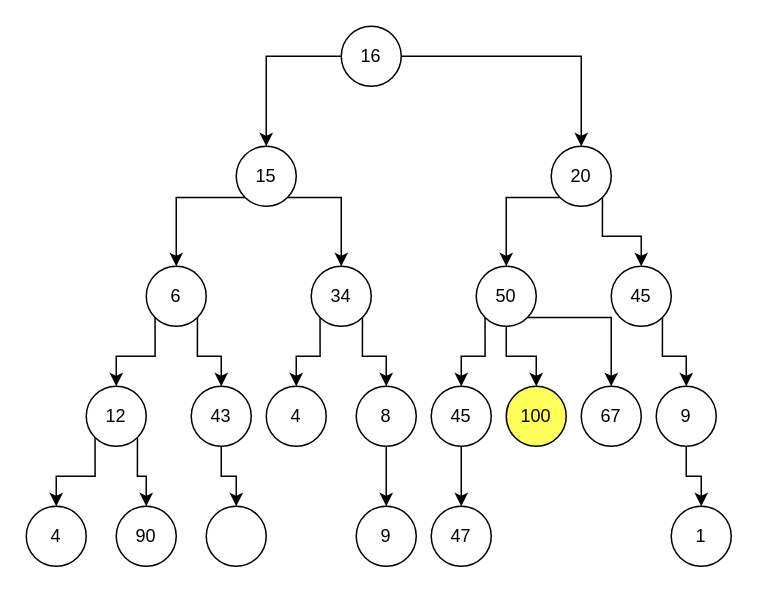
Earlier version of the draw.io diagram Test.drawio (Luchit0-afk/Diagramas). Source tidied: cells renumbered, new cells numbered last; positions are measured from the earlier drawing's top-left corner, leaving out a move shared by most shapes. Both pictures are drawn from the tidied source at 150%, with x=0, y=0 at pixel (26, 26).
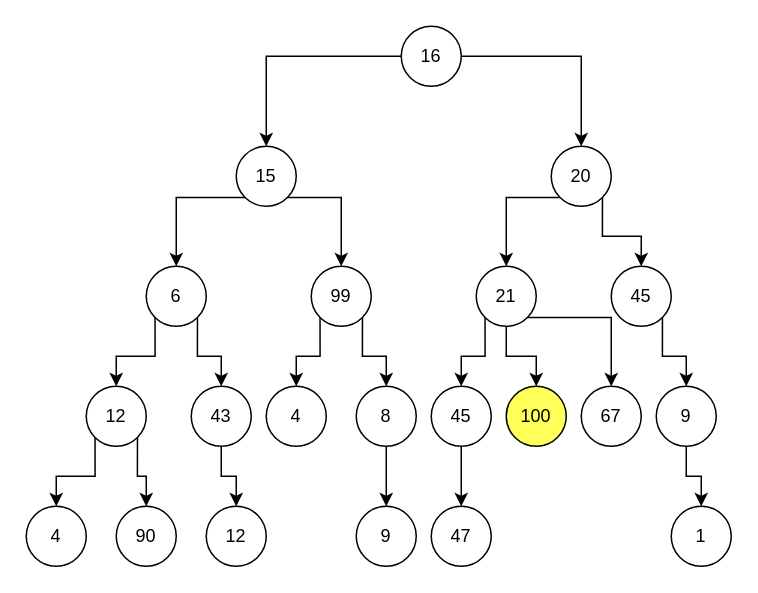
The same diagram, later.

Change to the diagram source:
```diff
@@
     <mxCell id="4" value="16" style="ellipse;whiteSpace=wrap;html=1;" parent="1" vertex="1">
-      <mxGeometry x="210" width="40" height="40" as="geometry" />
+      <mxGeometry x="250" width="40" height="40" as="geometry" />
     </mxCell>
@@
-    <mxCell id="16" value="34" style="ellipse;whiteSpace=wrap;html=1;" parent="1" vertex="1">
+    <mxCell id="16" value="99" style="ellipse;whiteSpace=wrap;html=1;" parent="1" vertex="1">
       <mxGeometry x="190" y="160" width="40" height="40" as="geometry" />
     </mxCell>
@@
-    <mxCell id="20" value="50" style="ellipse;whiteSpace=wrap;html=1;" parent="1" vertex="1">
+    <mxCell id="20" value="21" style="ellipse;whiteSpace=wrap;html=1;" parent="1" vertex="1">
       <mxGeometry x="300" y="160" width="40" height="40" as="geometry" />
     </mxCell>
@@
-    <mxCell id="39" style="ellipse;whiteSpace=wrap;html=1;" parent="1" vertex="1">
+    <mxCell id="39" value="12" style="ellipse;whiteSpace=wrap;html=1;" parent="1" vertex="1">
       <mxGeometry x="120" y="320" width="40" height="40" as="geometry" />
     </mxCell>
```
